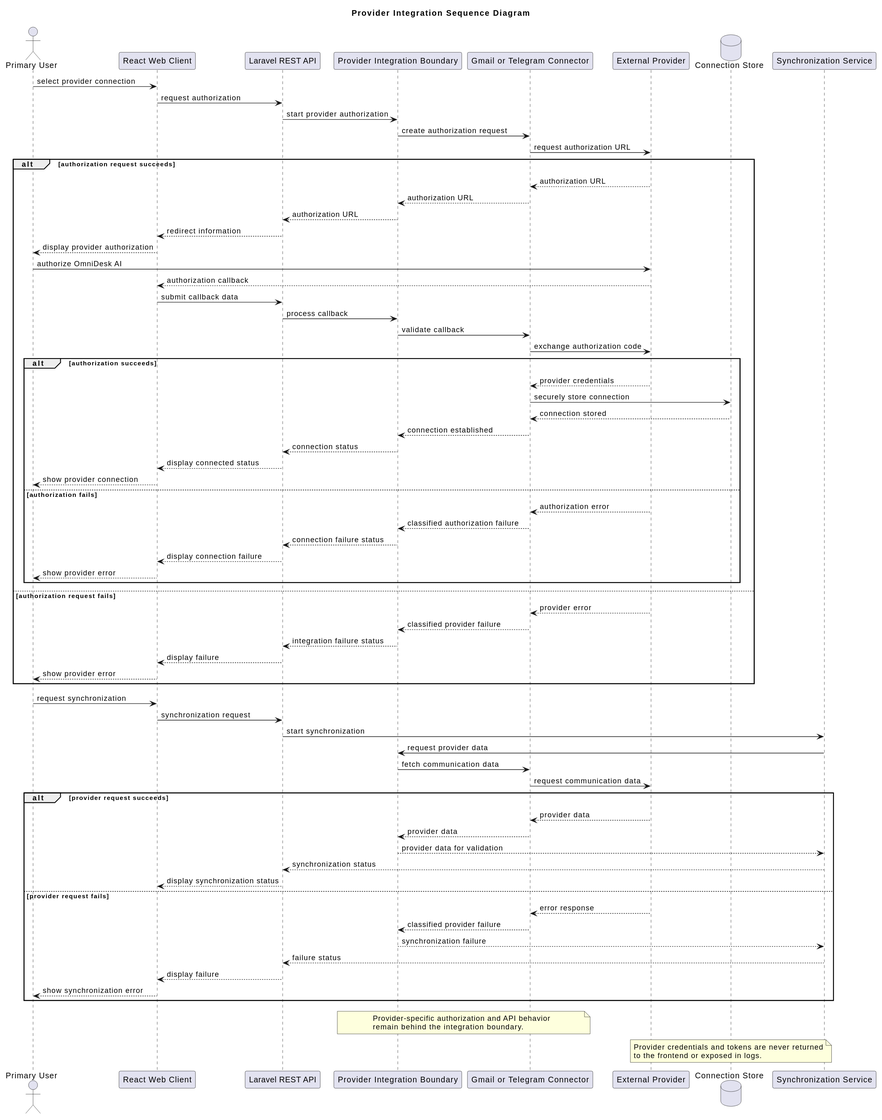
Before: docs/SDLC/04-system-design/diagrams/provider-integration-sequence-diagram.svg, a diagram exported from PlantUML (Farhad-Valizadegan/Web-OmniDesk). Source of this version:
```plantuml
@startuml
title Provider Integration Sequence Diagram

actor "Primary User" as User
participant "React Web Client" as Client
participant "Laravel REST API" as API
participant "Provider Integration Boundary" as Boundary
participant "Gmail or Telegram Connector" as Connector
participant "External Provider" as Provider
database "Connection Store" as Store
participant "Synchronization Service" as Sync

User -> Client : select provider connection
Client -> API : request authorization
API -> Boundary : start provider authorization
Boundary -> Connector : create authorization request
Connector -> Provider : request authorization URL

alt authorization request succeeds
  Provider --> Connector : authorization URL
  Connector --> Boundary : authorization URL
  Boundary --> API : authorization URL
  API --> Client : redirect information
  Client --> User : display provider authorization

  User -> Provider : authorize OmniDesk AI
  Provider --> Client : authorization callback
  Client -> API : submit callback data
  API -> Boundary : process callback
  Boundary -> Connector : validate callback
  Connector -> Provider : exchange authorization code

  alt authorization succeeds
    Provider --> Connector : provider credentials
    Connector -> Store : securely store connection
    Store --> Connector : connection stored
    Connector --> Boundary : connection established
    Boundary --> API : connection status
    API --> Client : display connected status
    Client --> User : show provider connection
  else authorization fails
    Provider --> Connector : authorization error
    Connector --> Boundary : classified authorization failure
    Boundary --> API : connection failure status
    API --> Client : display connection failure
    Client --> User : show provider error
  end
else authorization request fails
  Provider --> Connector : provider error
  Connector --> Boundary : classified provider failure
  Boundary --> API : integration failure status
  API --> Client : display failure
  Client --> User : show provider error
end

User -> Client : request synchronization
Client -> API : synchronization request
API -> Sync : start synchronization
Sync -> Boundary : request provider data
Boundary -> Connector : fetch communication data
Connector -> Provider : request communication data

alt provider request succeeds
  Provider --> Connector : provider data
  Connector --> Boundary : provider data
  Boundary --> Sync : provider data for validation
  Sync --> API : synchronization status
  API --> Client : display synchronization status
else provider request fails
  Provider --> Connector : error response
  Connector --> Boundary : classified provider failure
  Boundary --> Sync : synchronization failure
  Sync --> API : failure status
  API --> Client : display failure
  Client --> User : show synchronization error
end

note over Boundary,Connector
Provider-specific authorization and API behavior
remain behind the integration boundary.
end note

note over Store
Provider credentials and tokens are never returned
to the frontend or exposed in logs.
end note
@enduml
```
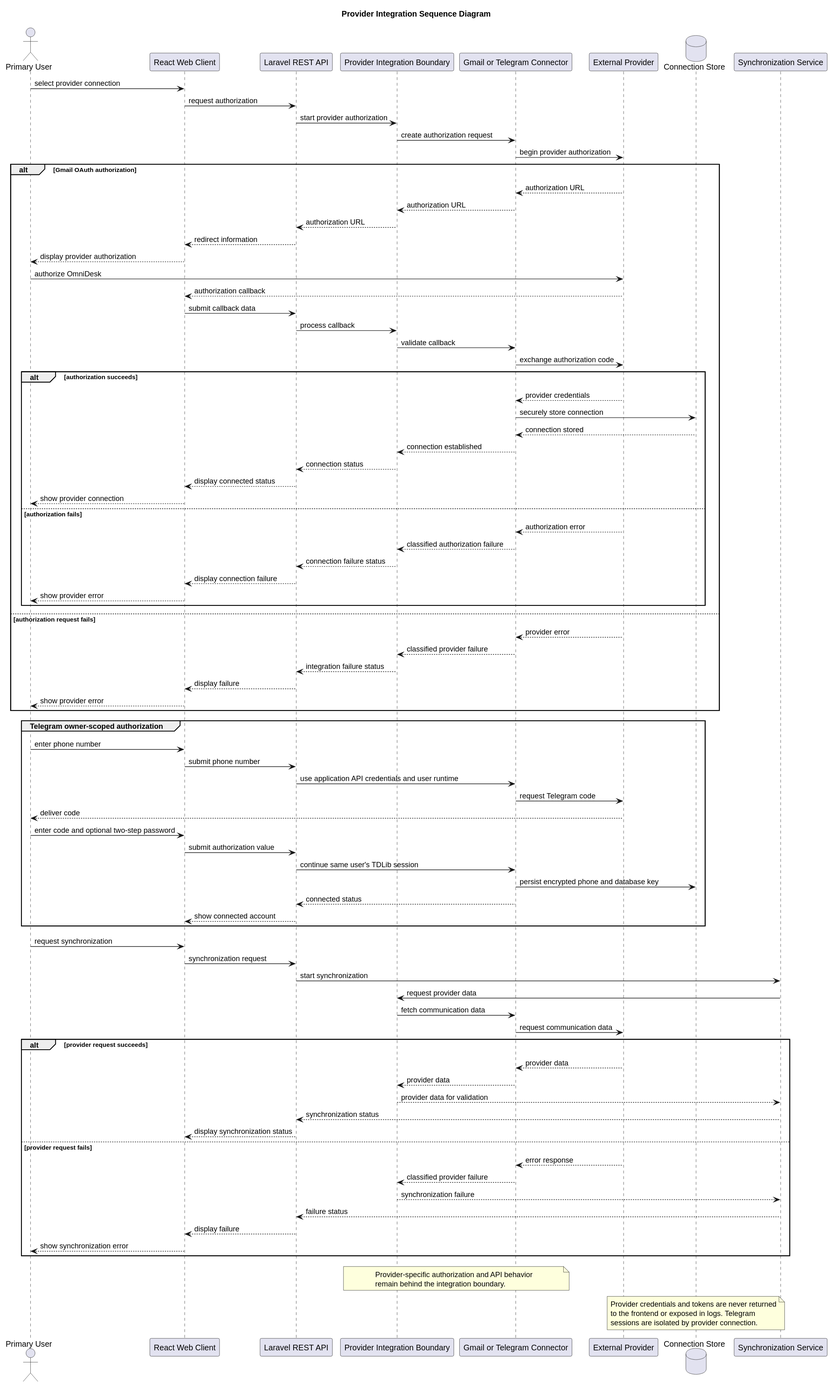
After the commit.

The edit, as a diff of the source:
```diff
@@ -14,16 +14,16 @@
 Client -> API : request authorization
 API -> Boundary : start provider authorization
 Boundary -> Connector : create authorization request
-Connector -> Provider : request authorization URL
+Connector -> Provider : begin provider authorization
 
-alt authorization request succeeds
+alt Gmail OAuth authorization
   Provider --> Connector : authorization URL
   Connector --> Boundary : authorization URL
   Boundary --> API : authorization URL
   API --> Client : redirect information
   Client --> User : display provider authorization
 
-  User -> Provider : authorize OmniDesk AI
+  User -> Provider : authorize OmniDesk
   Provider --> Client : authorization callback
   Client -> API : submit callback data
   API -> Boundary : process callback
@@ -51,6 +51,20 @@
   Boundary --> API : integration failure status
   API --> Client : display failure
   Client --> User : show provider error
+end
+
+group Telegram owner-scoped authorization
+  User -> Client : enter phone number
+  Client -> API : submit phone number
+  API -> Connector : use application API credentials and user runtime
+  Connector -> Provider : request Telegram code
+  Provider --> User : deliver code
+  User -> Client : enter code and optional two-step password
+  Client -> API : submit authorization value
+  API -> Connector : continue same user's TDLib session
+  Connector -> Store : persist encrypted phone and database key
+  Connector --> API : connected status
+  API --> Client : show connected account
 end
 
 User -> Client : request synchronization
@@ -82,6 +96,7 @@
 
 note over Store
 Provider credentials and tokens are never returned
-to the frontend or exposed in logs.
+to the frontend or exposed in logs. Telegram
+sessions are isolated by provider connection.
 end note
 @enduml
```
